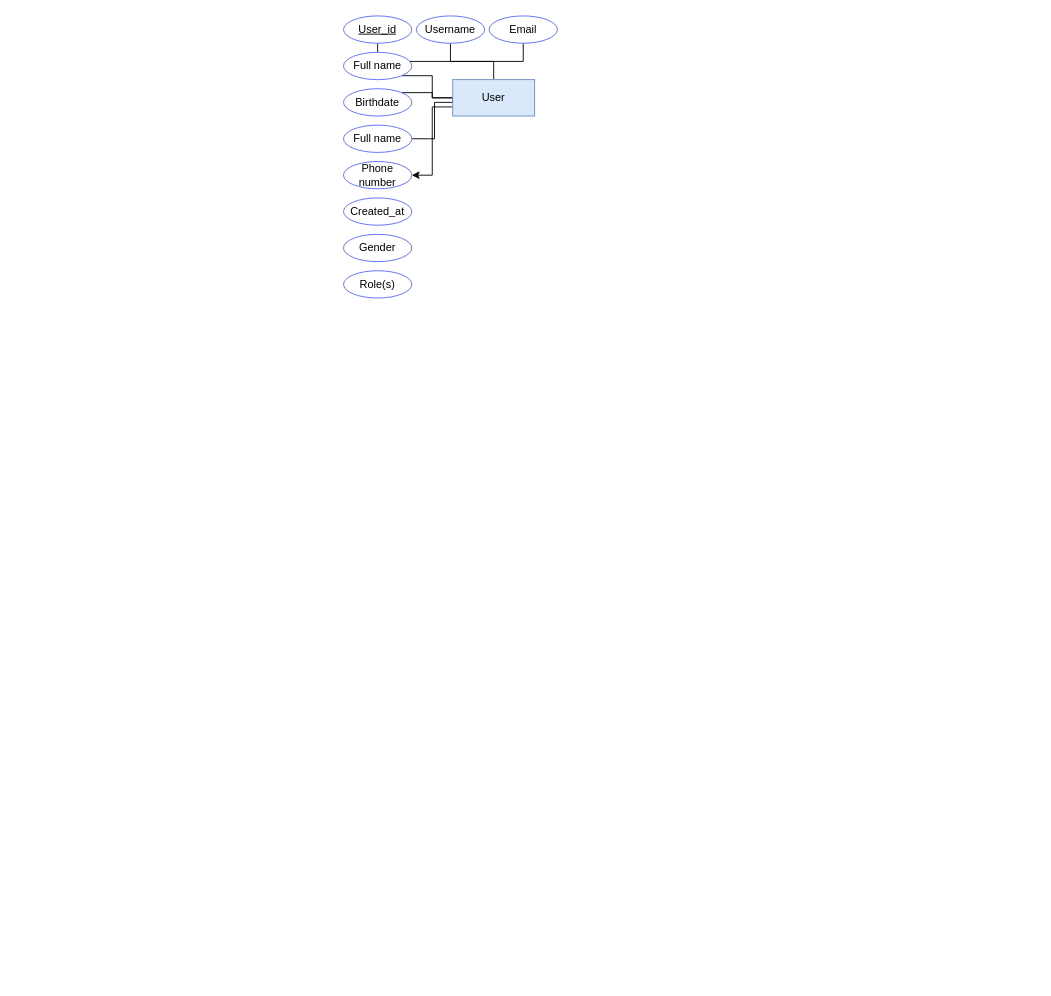
Before: Jairbnb ER Model William Boudy.drawio in quikbo/db, a draw.io diagram. Source tidied: cells renumbered, new cells numbered last; positions are measured from the earlier drawing's top-left corner, leaving out a move shared by most shapes. Both pictures are drawn from the tidied source at 91%, with x=0, y=0 at pixel (343, 15).
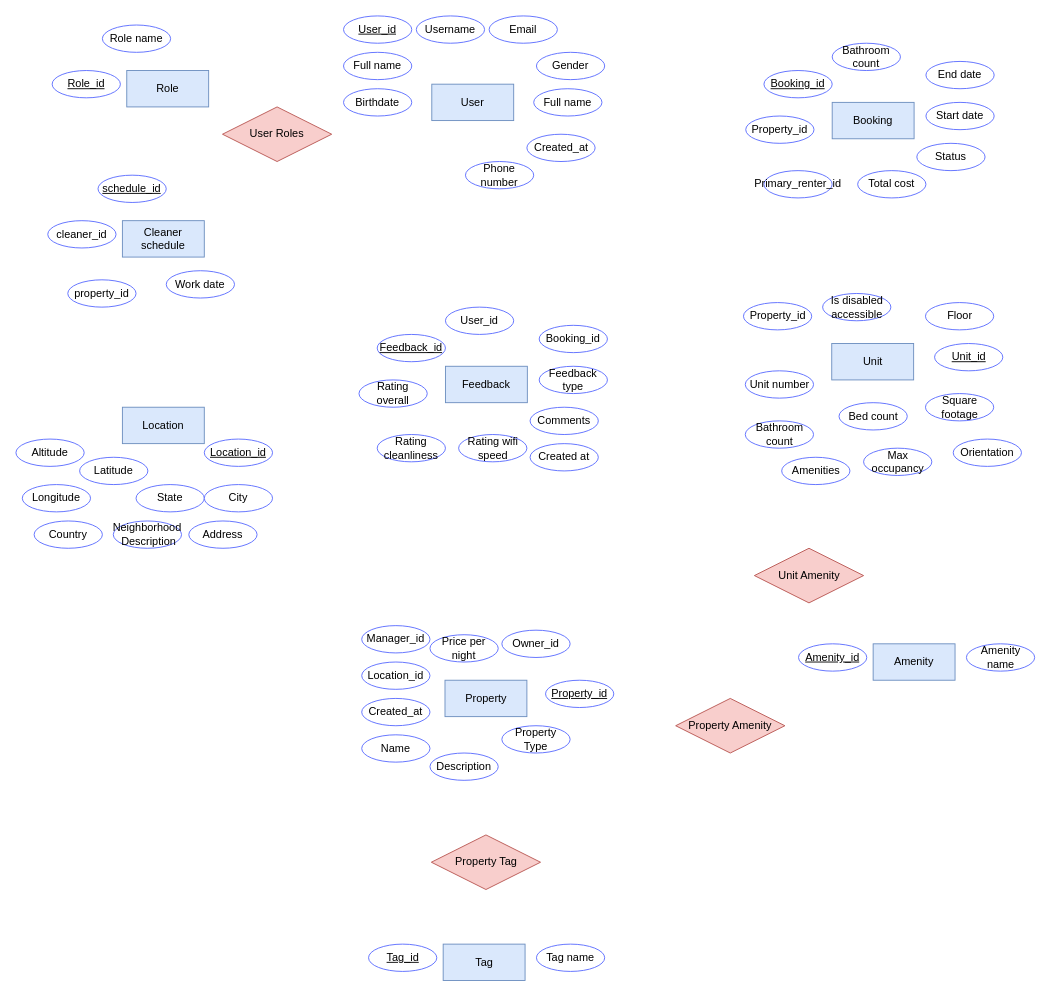
The same diagram, later.

Unchanged cells that the change refers to:
```xml
<mxCell id="9" value="&lt;u&gt;User_id&lt;/u&gt;" style="ellipse;whiteSpace=wrap;html=1;align=center;strokeColor=#596AFF;" parent="1" vertex="1">
  <mxGeometry width="75" height="30" as="geometry" />
</mxCell>
<mxCell id="10" value="Full name" style="ellipse;whiteSpace=wrap;html=1;align=center;strokeColor=#596AFF;" parent="1" vertex="1">
  <mxGeometry y="40" width="75" height="30" as="geometry" />
</mxCell>
<mxCell id="12" value="Birthdate" style="ellipse;whiteSpace=wrap;html=1;align=center;strokeColor=#596AFF;" parent="1" vertex="1">
  <mxGeometry y="80" width="75" height="30" as="geometry" />
</mxCell>
<mxCell id="14" value="Username" style="ellipse;whiteSpace=wrap;html=1;align=center;strokeColor=#596AFF;" parent="1" vertex="1">
  <mxGeometry x="80" width="75" height="30" as="geometry" />
</mxCell>
<mxCell id="15" value="Email" style="ellipse;whiteSpace=wrap;html=1;align=center;strokeColor=#596AFF;" parent="1" vertex="1">
  <mxGeometry x="160" width="75" height="30" as="geometry" />
</mxCell>
```

What changed in the source:
```diff
@@
-    <mxCell id="2" style="edgeStyle=orthogonalEdgeStyle;rounded=0;jettySize=auto;html=1;exitX=0.5;exitY=0;exitDx=0;exitDy=0;entryX=0.5;entryY=1;entryDx=0;entryDy=0;endArrow=none;endFill=0;" parent="1" edge="1" source="8" target="9">
-      <mxGeometry relative="1" as="geometry" />
-    </mxCell>
-    <mxCell id="3" style="edgeStyle=orthogonalEdgeStyle;rounded=0;jettySize=auto;html=1;exitX=0.5;exitY=1;exitDx=0;exitDy=0;entryX=0.5;entryY=1;entryDx=0;entryDy=0;endArrow=none;endFill=0;" parent="1" edge="1" source="15" target="14">
-      <mxGeometry relative="1" as="geometry" />
-    </mxCell>
-    <mxCell id="4" style="edgeStyle=orthogonalEdgeStyle;rounded=0;jettySize=auto;html=1;entryX=1;entryY=1;entryDx=0;entryDy=0;endArrow=none;endFill=0;" parent="1" edge="1" source="8" target="10">
-      <mxGeometry relative="1" as="geometry" />
-    </mxCell>
-    <mxCell id="5" style="edgeStyle=orthogonalEdgeStyle;rounded=0;jettySize=auto;html=1;exitX=1;exitY=0.5;exitDx=0;exitDy=0;endArrow=none;endFill=0;" parent="1" edge="1" source="16">
-      <mxGeometry relative="1" as="geometry">
-        <mxPoint x="120" y="90" as="targetPoint" />
-        <Array as="points">
-          <mxPoint x="100" y="135" />
-          <mxPoint x="100" y="95" />
-        </Array>
-      </mxGeometry>
-    </mxCell>
-    <mxCell id="6" style="edgeStyle=orthogonalEdgeStyle;rounded=0;jettySize=auto;html=1;exitX=0;exitY=0.5;exitDx=0;exitDy=0;entryX=1;entryY=0;entryDx=0;entryDy=0;endArrow=none;endFill=0;" parent="1" edge="1" source="8" target="12">
-      <mxGeometry relative="1" as="geometry" />
-    </mxCell>
-    <mxCell id="7" style="edgeStyle=orthogonalEdgeStyle;rounded=0;jettySize=auto;html=1;exitX=0;exitY=0.75;exitDx=0;exitDy=0;entryX=1;entryY=0.5;entryDx=0;entryDy=0;" parent="1" edge="1" source="8" target="11">
-      <mxGeometry relative="1" as="geometry" />
-    </mxCell>
     <mxCell id="8" value="User" style="whiteSpace=wrap;html=1;align=center;fillColor=#dae8fc;strokeColor=#6c8ebf;" parent="1" vertex="1">
-      <mxGeometry x="120" y="70" width="90" height="40" as="geometry" />
+      <mxGeometry x="97" y="75" width="90" height="40" as="geometry" />
     </mxCell>
@@
     <mxCell id="11" value="Phone number" style="ellipse;whiteSpace=wrap;html=1;align=center;strokeColor=#596AFF;" parent="1" vertex="1">
-      <mxGeometry y="160" width="75" height="30" as="geometry" />
+      <mxGeometry x="134" y="160" width="75" height="30" as="geometry" />
     </mxCell>
@@
     <mxCell id="13" value="Gender" style="ellipse;whiteSpace=wrap;html=1;align=center;strokeColor=#596AFF;" parent="1" vertex="1">
-      <mxGeometry y="240" width="75" height="30" as="geometry" />
+      <mxGeometry x="212" y="40" width="75" height="30" as="geometry" />
     </mxCell>
@@
     <mxCell id="16" value="Full name" style="ellipse;whiteSpace=wrap;html=1;align=center;strokeColor=#596AFF;" parent="1" vertex="1">
-      <mxGeometry y="120" width="75" height="30" as="geometry" />
+      <mxGeometry x="209" y="80" width="75" height="30" as="geometry" />
     </mxCell>
     <mxCell id="17" value="Created_at" style="ellipse;whiteSpace=wrap;html=1;align=center;strokeColor=#596AFF;" parent="1" vertex="1">
-      <mxGeometry y="200" width="75" height="30" as="geometry" />
+      <mxGeometry x="201.5" y="130" width="75" height="30" as="geometry" />
     </mxCell>
-    <mxCell id="18" value="Role(s)" style="ellipse;whiteSpace=wrap;html=1;align=center;strokeColor=#596AFF;" parent="1" vertex="1">
-      <mxGeometry y="280" width="75" height="30" as="geometry" />
-    </mxCell>
+    <mxCell id="19" value="Property" style="whiteSpace=wrap;html=1;align=center;fillColor=#dae8fc;strokeColor=#6c8ebf;" parent="1" vertex="1">
+      <mxGeometry x="111.5" y="730" width="90" height="40" as="geometry" />
+    </mxCell>
+    <mxCell id="20" value="&lt;u&gt;Property_id&lt;/u&gt;" style="ellipse;whiteSpace=wrap;html=1;align=center;strokeColor=#596AFF;" parent="1" vertex="1">
+      <mxGeometry x="222" y="730" width="75" height="30" as="geometry" />
+    </mxCell>
+    <mxCell id="21" value="Description" style="ellipse;whiteSpace=wrap;html=1;align=center;strokeColor=#596AFF;" parent="1" vertex="1">
+      <mxGeometry x="95" y="810" width="75" height="30" as="geometry" />
+    </mxCell>
+    <mxCell id="22" value="Manager_id" style="ellipse;whiteSpace=wrap;html=1;align=center;strokeColor=#596AFF;" parent="1" vertex="1">
+      <mxGeometry x="20" y="670" width="75" height="30" as="geometry" />
+    </mxCell>
+    <mxCell id="23" value="Price per night" style="ellipse;whiteSpace=wrap;html=1;align=center;strokeColor=#596AFF;" parent="1" vertex="1">
+      <mxGeometry x="95" y="680" width="75" height="30" as="geometry" />
+    </mxCell>
+    <mxCell id="24" value="Created_at" style="ellipse;whiteSpace=wrap;html=1;align=center;strokeColor=#596AFF;" parent="1" vertex="1">
+      <mxGeometry x="20" y="750" width="75" height="30" as="geometry" />
+    </mxCell>
+    <mxCell id="25" value="Name" style="ellipse;whiteSpace=wrap;html=1;align=center;strokeColor=#596AFF;" parent="1" vertex="1">
+      <mxGeometry x="20" y="790" width="75" height="30" as="geometry" />
+    </mxCell>
+    <mxCell id="26" value="Property Type" style="ellipse;whiteSpace=wrap;html=1;align=center;strokeColor=#596AFF;" parent="1" vertex="1">
+      <mxGeometry x="174" y="780" width="75" height="30" as="geometry" />
+    </mxCell>
+    <mxCell id="27" value="Owner_id" style="ellipse;whiteSpace=wrap;html=1;align=center;strokeColor=#596AFF;" parent="1" vertex="1">
+      <mxGeometry x="174" y="675" width="75" height="30" as="geometry" />
+    </mxCell>
+    <mxCell id="28" value="Location_id" style="ellipse;whiteSpace=wrap;html=1;align=center;strokeColor=#596AFF;" parent="1" vertex="1">
+      <mxGeometry x="20" y="710" width="75" height="30" as="geometry" />
+    </mxCell>
+    <mxCell id="29" value="Location" style="whiteSpace=wrap;html=1;align=center;fillColor=#dae8fc;strokeColor=#6c8ebf;" parent="1" vertex="1">
+      <mxGeometry x="-243" y="430" width="90" height="40" as="geometry" />
+    </mxCell>
+    <mxCell id="30" value="&lt;u&gt;Location_id&lt;/u&gt;" style="ellipse;whiteSpace=wrap;html=1;align=center;strokeColor=#596AFF;" parent="1" vertex="1">
+      <mxGeometry x="-153" y="465" width="75" height="30" as="geometry" />
+    </mxCell>
+    <mxCell id="31" value="State" style="ellipse;whiteSpace=wrap;html=1;align=center;strokeColor=#596AFF;" parent="1" vertex="1">
+      <mxGeometry x="-228" y="515" width="75" height="30" as="geometry" />
+    </mxCell>
+    <mxCell id="32" value="Address" style="ellipse;whiteSpace=wrap;html=1;align=center;strokeColor=#596AFF;" parent="1" vertex="1">
+      <mxGeometry x="-170" y="555" width="75" height="30" as="geometry" />
+    </mxCell>
+    <mxCell id="33" value="Latitude" style="ellipse;whiteSpace=wrap;html=1;align=center;strokeColor=#596AFF;" parent="1" vertex="1">
+      <mxGeometry x="-290" y="485" width="75" height="30" as="geometry" />
+    </mxCell>
+    <mxCell id="34" value="Longitude" style="ellipse;whiteSpace=wrap;html=1;align=center;strokeColor=#596AFF;" parent="1" vertex="1">
+      <mxGeometry x="-353" y="515" width="75" height="30" as="geometry" />
+    </mxCell>
+    <mxCell id="35" value="Altitude" style="ellipse;whiteSpace=wrap;html=1;align=center;strokeColor=#596AFF;" parent="1" vertex="1">
+      <mxGeometry x="-360" y="465" width="75" height="30" as="geometry" />
+    </mxCell>
+    <mxCell id="36" value="City" style="ellipse;whiteSpace=wrap;html=1;align=center;strokeColor=#596AFF;" parent="1" vertex="1">
+      <mxGeometry x="-153" y="515" width="75" height="30" as="geometry" />
+    </mxCell>
+    <mxCell id="37" value="Country" style="ellipse;whiteSpace=wrap;html=1;align=center;strokeColor=#596AFF;" parent="1" vertex="1">
+      <mxGeometry x="-340" y="555" width="75" height="30" as="geometry" />
+    </mxCell>
+    <mxCell id="38" value="Neighborhood &amp;nbsp;Description" style="ellipse;whiteSpace=wrap;html=1;align=center;strokeColor=#596AFF;" parent="1" vertex="1">
+      <mxGeometry x="-253" y="555" width="75" height="30" as="geometry" />
+    </mxCell>
+    <mxCell id="39" value="Unit" style="whiteSpace=wrap;html=1;align=center;fillColor=#dae8fc;strokeColor=#6c8ebf;" parent="1" vertex="1">
+      <mxGeometry x="536.5" y="360" width="90" height="40" as="geometry" />
+    </mxCell>
+    <mxCell id="40" value="&lt;u&gt;Unit_id&lt;/u&gt;" style="ellipse;whiteSpace=wrap;html=1;align=center;strokeColor=#596AFF;" parent="1" vertex="1">
+      <mxGeometry x="649.5" y="360" width="75" height="30" as="geometry" />
+    </mxCell>
+    <mxCell id="41" value="Floor" style="ellipse;whiteSpace=wrap;html=1;align=center;strokeColor=#596AFF;" parent="1" vertex="1">
+      <mxGeometry x="639.5" y="315" width="75" height="30" as="geometry" />
+    </mxCell>
+    <mxCell id="42" value="Max occupancy" style="ellipse;whiteSpace=wrap;html=1;align=center;strokeColor=#596AFF;" parent="1" vertex="1">
+      <mxGeometry x="571.5" y="475" width="75" height="30" as="geometry" />
+    </mxCell>
+    <mxCell id="43" value="Unit number" style="ellipse;whiteSpace=wrap;html=1;align=center;strokeColor=#596AFF;" parent="1" vertex="1">
+      <mxGeometry x="441.5" y="390" width="75" height="30" as="geometry" />
+    </mxCell>
+    <mxCell id="44" value="Bed count" style="ellipse;whiteSpace=wrap;html=1;align=center;strokeColor=#596AFF;" parent="1" vertex="1">
+      <mxGeometry x="544.5" y="425" width="75" height="30" as="geometry" />
+    </mxCell>
+    <mxCell id="45" value="Property_id" style="ellipse;whiteSpace=wrap;html=1;align=center;strokeColor=#596AFF;" parent="1" vertex="1">
+      <mxGeometry x="439.5" y="315" width="75" height="30" as="geometry" />
+    </mxCell>
+    <mxCell id="46" value="Square footage" style="ellipse;whiteSpace=wrap;html=1;align=center;strokeColor=#596AFF;" parent="1" vertex="1">
+      <mxGeometry x="639.5" y="415" width="75" height="30" as="geometry" />
+    </mxCell>
+    <mxCell id="47" value="Amenities" style="ellipse;whiteSpace=wrap;html=1;align=center;strokeColor=#596AFF;" parent="1" vertex="1">
+      <mxGeometry x="481.5" y="485" width="75" height="30" as="geometry" />
+    </mxCell>
+    <mxCell id="48" value="Orientation" style="ellipse;whiteSpace=wrap;html=1;align=center;strokeColor=#596AFF;" parent="1" vertex="1">
+      <mxGeometry x="670" y="465" width="75" height="30" as="geometry" />
+    </mxCell>
+    <mxCell id="49" value="Bathroom count" style="ellipse;whiteSpace=wrap;html=1;align=center;strokeColor=#596AFF;" parent="1" vertex="1">
+      <mxGeometry x="441.5" y="445" width="75" height="30" as="geometry" />
+    </mxCell>
+    <mxCell id="50" value="Booking" style="whiteSpace=wrap;html=1;align=center;fillColor=#dae8fc;strokeColor=#6c8ebf;" parent="1" vertex="1">
+      <mxGeometry x="537" y="95" width="90" height="40" as="geometry" />
+    </mxCell>
+    <mxCell id="51" value="&lt;u&gt;Booking_id&lt;/u&gt;" style="ellipse;whiteSpace=wrap;html=1;align=center;strokeColor=#596AFF;" parent="1" vertex="1">
+      <mxGeometry x="462" y="60" width="75" height="30" as="geometry" />
+    </mxCell>
+    <mxCell id="52" value="End date" style="ellipse;whiteSpace=wrap;html=1;align=center;strokeColor=#596AFF;" parent="1" vertex="1">
+      <mxGeometry x="640" y="50" width="75" height="30" as="geometry" />
+    </mxCell>
+    <mxCell id="53" value="Status" style="ellipse;whiteSpace=wrap;html=1;align=center;strokeColor=#596AFF;" parent="1" vertex="1">
+      <mxGeometry x="630" y="140" width="75" height="30" as="geometry" />
+    </mxCell>
+    <mxCell id="54" value="Is disabled accessible" style="ellipse;whiteSpace=wrap;html=1;align=center;strokeColor=#596AFF;" parent="1" vertex="1">
+      <mxGeometry x="526.5" y="305" width="75" height="30" as="geometry" />
+    </mxCell>
+    <mxCell id="55" value="Total cost" style="ellipse;whiteSpace=wrap;html=1;align=center;strokeColor=#596AFF;" parent="1" vertex="1">
+      <mxGeometry x="565" y="170" width="75" height="30" as="geometry" />
+    </mxCell>
+    <mxCell id="56" value="Property_id" style="ellipse;whiteSpace=wrap;html=1;align=center;strokeColor=#596AFF;" parent="1" vertex="1">
+      <mxGeometry x="442" y="110" width="75" height="30" as="geometry" />
+    </mxCell>
+    <mxCell id="57" value="Start date" style="ellipse;whiteSpace=wrap;html=1;align=center;strokeColor=#596AFF;" parent="1" vertex="1">
+      <mxGeometry x="640" y="95" width="75" height="30" as="geometry" />
+    </mxCell>
+    <mxCell id="58" value="Primary_renter_id" style="ellipse;whiteSpace=wrap;html=1;align=center;strokeColor=#596AFF;" parent="1" vertex="1">
+      <mxGeometry x="462" y="170" width="75" height="30" as="geometry" />
+    </mxCell>
+    <mxCell id="59" value="Bathroom count" style="ellipse;whiteSpace=wrap;html=1;align=center;strokeColor=#596AFF;" parent="1" vertex="1">
+      <mxGeometry x="537" y="30" width="75" height="30" as="geometry" />
+    </mxCell>
+    <mxCell id="60" value="Feedback" style="whiteSpace=wrap;html=1;align=center;fillColor=#dae8fc;strokeColor=#6c8ebf;" parent="1" vertex="1">
+      <mxGeometry x="112" y="385" width="90" height="40" as="geometry" />
+    </mxCell>
+    <mxCell id="61" value="&lt;u&gt;Feedback_id&lt;/u&gt;" style="ellipse;whiteSpace=wrap;html=1;align=center;strokeColor=#596AFF;" parent="1" vertex="1">
+      <mxGeometry x="37" y="350" width="75" height="30" as="geometry" />
+    </mxCell>
+    <mxCell id="62" value="Booking_id" style="ellipse;whiteSpace=wrap;html=1;align=center;strokeColor=#596AFF;" parent="1" vertex="1">
+      <mxGeometry x="215" y="340" width="75" height="30" as="geometry" />
+    </mxCell>
+    <mxCell id="63" value="Comments" style="ellipse;whiteSpace=wrap;html=1;align=center;strokeColor=#596AFF;" parent="1" vertex="1">
+      <mxGeometry x="205" y="430" width="75" height="30" as="geometry" />
+    </mxCell>
+    <mxCell id="64" value="Rating wifi speed" style="ellipse;whiteSpace=wrap;html=1;align=center;strokeColor=#596AFF;" parent="1" vertex="1">
+      <mxGeometry x="126.5" y="460" width="75" height="30" as="geometry" />
+    </mxCell>
+    <mxCell id="65" value="Rating overall" style="ellipse;whiteSpace=wrap;html=1;align=center;strokeColor=#596AFF;" parent="1" vertex="1">
+      <mxGeometry x="17" y="400" width="75" height="30" as="geometry" />
+    </mxCell>
+    <mxCell id="66" value="Feedback type" style="ellipse;whiteSpace=wrap;html=1;align=center;strokeColor=#596AFF;" parent="1" vertex="1">
+      <mxGeometry x="215" y="385" width="75" height="30" as="geometry" />
+    </mxCell>
+    <mxCell id="67" value="Rating cleanliness" style="ellipse;whiteSpace=wrap;html=1;align=center;strokeColor=#596AFF;" parent="1" vertex="1">
+      <mxGeometry x="37" y="460" width="75" height="30" as="geometry" />
+    </mxCell>
+    <mxCell id="68" value="User_id" style="ellipse;whiteSpace=wrap;html=1;align=center;strokeColor=#596AFF;" parent="1" vertex="1">
+      <mxGeometry x="112" y="320" width="75" height="30" as="geometry" />
+    </mxCell>
+    <mxCell id="69" value="Created at" style="ellipse;whiteSpace=wrap;html=1;align=center;strokeColor=#596AFF;" parent="1" vertex="1">
+      <mxGeometry x="205" y="470" width="75" height="30" as="geometry" />
+    </mxCell>
+    <mxCell id="70" value="Amenity" style="whiteSpace=wrap;html=1;align=center;fillColor=#dae8fc;strokeColor=#6c8ebf;" parent="1" vertex="1">
+      <mxGeometry x="582" y="690" width="90" height="40" as="geometry" />
+    </mxCell>
+    <mxCell id="71" value="&lt;u&gt;Amenity_id&lt;/u&gt;" style="ellipse;whiteSpace=wrap;html=1;align=center;strokeColor=#596AFF;" parent="1" vertex="1">
+      <mxGeometry x="500" y="690" width="75" height="30" as="geometry" />
+    </mxCell>
+    <mxCell id="72" value="Amenity name" style="ellipse;whiteSpace=wrap;html=1;align=center;strokeColor=#596AFF;" parent="1" vertex="1">
+      <mxGeometry x="684.5" y="690" width="75" height="30" as="geometry" />
+    </mxCell>
+    <mxCell id="73" value="Tag" style="whiteSpace=wrap;html=1;align=center;fillColor=#dae8fc;strokeColor=#6c8ebf;" parent="1" vertex="1">
+      <mxGeometry x="109.5" y="1020" width="90" height="40" as="geometry" />
+    </mxCell>
+    <mxCell id="74" value="&lt;u&gt;Tag_id&lt;/u&gt;" style="ellipse;whiteSpace=wrap;html=1;align=center;strokeColor=#596AFF;" parent="1" vertex="1">
+      <mxGeometry x="27.5" y="1020" width="75" height="30" as="geometry" />
+    </mxCell>
+    <mxCell id="75" value="Tag name" style="ellipse;whiteSpace=wrap;html=1;align=center;strokeColor=#596AFF;" parent="1" vertex="1">
+      <mxGeometry x="212" y="1020" width="75" height="30" as="geometry" />
+    </mxCell>
+    <mxCell id="76" value="Role" style="whiteSpace=wrap;html=1;align=center;fillColor=#dae8fc;strokeColor=#6c8ebf;" parent="1" vertex="1">
+      <mxGeometry x="-238.2" y="60" width="90" height="40" as="geometry" />
+    </mxCell>
+    <mxCell id="77" value="&lt;u&gt;Role_id&lt;/u&gt;" style="ellipse;whiteSpace=wrap;html=1;align=center;strokeColor=#596AFF;" parent="1" vertex="1">
+      <mxGeometry x="-320.2" y="60" width="75" height="30" as="geometry" />
+    </mxCell>
+    <mxCell id="78" value="Role name" style="ellipse;whiteSpace=wrap;html=1;align=center;strokeColor=#596AFF;" parent="1" vertex="1">
+      <mxGeometry x="-265" y="10" width="75" height="30" as="geometry" />
+    </mxCell>
+    <mxCell id="79" value="Cleaner schedule" style="whiteSpace=wrap;html=1;align=center;fillColor=#dae8fc;strokeColor=#6c8ebf;" parent="1" vertex="1">
+      <mxGeometry x="-243" y="225" width="90" height="40" as="geometry" />
+    </mxCell>
+    <mxCell id="80" value="cleaner_id" style="ellipse;whiteSpace=wrap;html=1;align=center;strokeColor=#596AFF;" parent="1" vertex="1">
+      <mxGeometry x="-325" y="225" width="75" height="30" as="geometry" />
+    </mxCell>
+    <mxCell id="81" value="&lt;u&gt;schedule_id&lt;/u&gt;" style="ellipse;whiteSpace=wrap;html=1;align=center;strokeColor=#596AFF;" parent="1" vertex="1">
+      <mxGeometry x="-269.8" y="175" width="75" height="30" as="geometry" />
+    </mxCell>
+    <mxCell id="82" value="property_id" style="ellipse;whiteSpace=wrap;html=1;align=center;strokeColor=#596AFF;" parent="1" vertex="1">
+      <mxGeometry x="-303" y="290" width="75" height="30" as="geometry" />
+    </mxCell>
+    <mxCell id="83" value="Work date" style="ellipse;whiteSpace=wrap;html=1;align=center;strokeColor=#596AFF;" parent="1" vertex="1">
+      <mxGeometry x="-194.8" y="280" width="75" height="30" as="geometry" />
+    </mxCell>
+    <mxCell id="84" value="Property Tag" style="shape=rhombus;perimeter=rhombusPerimeter;whiteSpace=wrap;html=1;align=center;fillColor=#f8cecc;strokeColor=#b85450;" parent="1" vertex="1">
+      <mxGeometry x="96.5" y="900" width="120" height="60" as="geometry" />
+    </mxCell>
+    <mxCell id="85" value="Property Amenity" style="shape=rhombus;perimeter=rhombusPerimeter;whiteSpace=wrap;html=1;align=center;fillColor=#f8cecc;strokeColor=#b85450;" parent="1" vertex="1">
+      <mxGeometry x="365" y="750" width="120" height="60" as="geometry" />
+    </mxCell>
+    <mxCell id="86" value="Unit Amenity" style="shape=rhombus;perimeter=rhombusPerimeter;whiteSpace=wrap;html=1;align=center;fillColor=#f8cecc;strokeColor=#b85450;" parent="1" vertex="1">
+      <mxGeometry x="451.5" y="585" width="120" height="60" as="geometry" />
+    </mxCell>
+    <mxCell id="87" value="User Roles" style="shape=rhombus;perimeter=rhombusPerimeter;whiteSpace=wrap;html=1;align=center;fillColor=#f8cecc;strokeColor=#b85450;" parent="1" vertex="1">
+      <mxGeometry x="-133" y="100" width="120" height="60" as="geometry" />
+    </mxCell>
```
